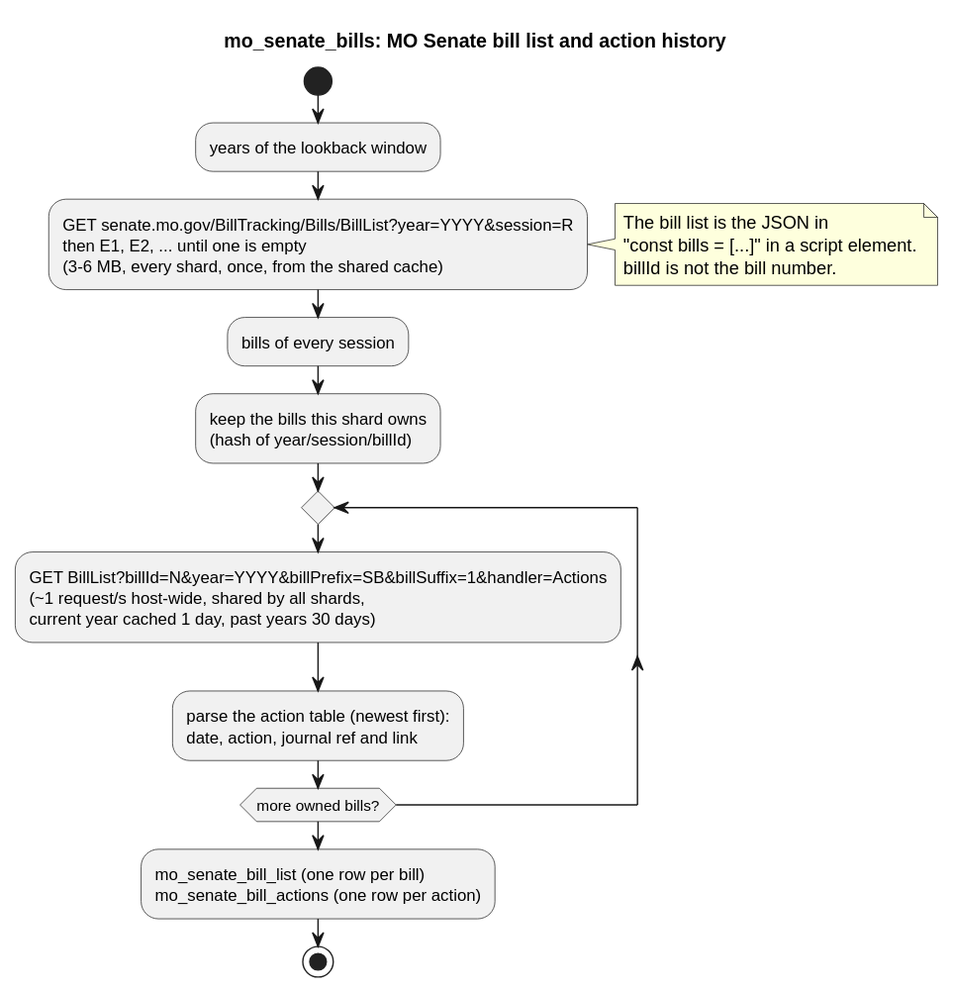
Above: docs/diagrams/sources/mo_senate_bills.svg in akettmann/missouri_gov_feed (PlantUML), before the change. Its source is kept beside it as docs/diagrams/sources/mo_senate_bills.puml. The source it was exported from:
```plantuml
@startuml mo_senate_bills
title mo_senate_bills: MO Senate bill list and action history
start
:years of the lookback window;
:GET senate.mo.gov/BillTracking/Bills/BillList?year=YYYY&session=R
then E1, E2, ... until one is empty
(3-6 MB, every shard, once, from the shared cache);
note right
  The bill list is the JSON in
  "const bills = [...]" in a script element.
  billId is not the bill number.
end note
:bills of every session;
:keep the bills this shard owns
(hash of year/session/billId);
repeat
  :GET BillList?billId=N&year=YYYY&billPrefix=SB&billSuffix=1&handler=Actions
  (~1 request/s host-wide, shared by all shards,
  current year cached 1 day, past years 30 days);
  :parse the action table (newest first):
  date, action, journal ref and link;
repeat while (more owned bills?)
:mo_senate_bill_list (one row per bill)
mo_senate_bill_actions (one row per action);
stop
@enduml
```
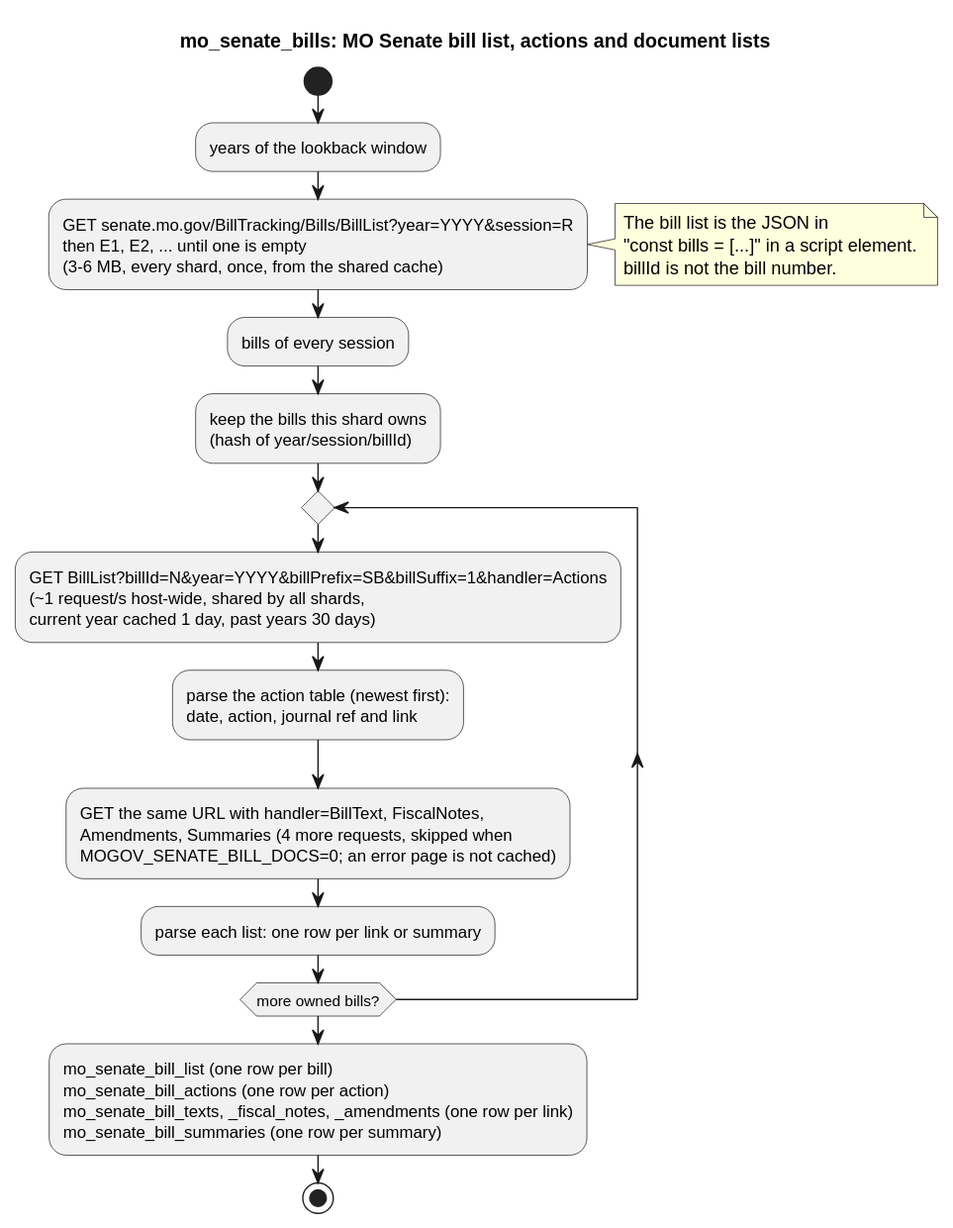
The same file after the commit.

Commit message:
mo_senate_bills diagram: the four document tabs (#587)

Diff of the diagram source:
```diff
@@ -1,5 +1,5 @@
 @startuml mo_senate_bills
-title mo_senate_bills: MO Senate bill list and action history
+title mo_senate_bills: MO Senate bill list, actions and document lists
 start
 :years of the lookback window;
 :GET senate.mo.gov/BillTracking/Bills/BillList?year=YYYY&session=R
@@ -19,8 +19,14 @@
   current year cached 1 day, past years 30 days);
   :parse the action table (newest first):
   date, action, journal ref and link;
+  :GET the same URL with handler=BillText, FiscalNotes,
+  Amendments, Summaries (4 more requests, skipped when
+  MOGOV_SENATE_BILL_DOCS=0; an error page is not cached);
+  :parse each list: one row per link or summary;
 repeat while (more owned bills?)
 :mo_senate_bill_list (one row per bill)
-mo_senate_bill_actions (one row per action);
+mo_senate_bill_actions (one row per action)
+mo_senate_bill_texts, _fiscal_notes, _amendments (one row per link)
+mo_senate_bill_summaries (one row per summary);
 stop
 @enduml
```
